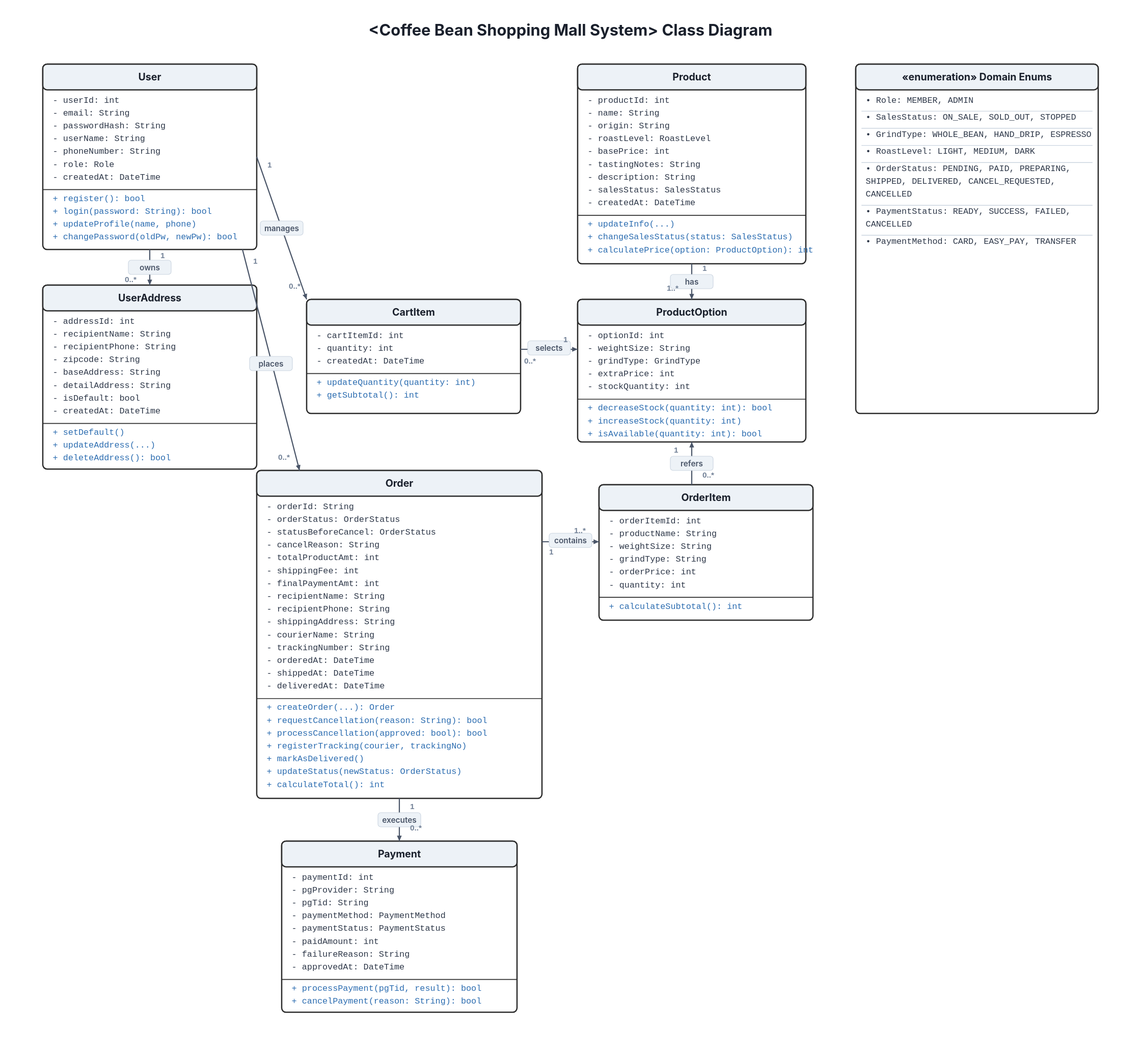
The draw.io diagram docs/backend/class-diagram.drawio.svg in seren-wib/coffee-shop, before a commit. Source tidied: cells renumbered, new cells last; positions are measured from the earlier drawing's top-left corner, leaving out a move shared by most shapes.
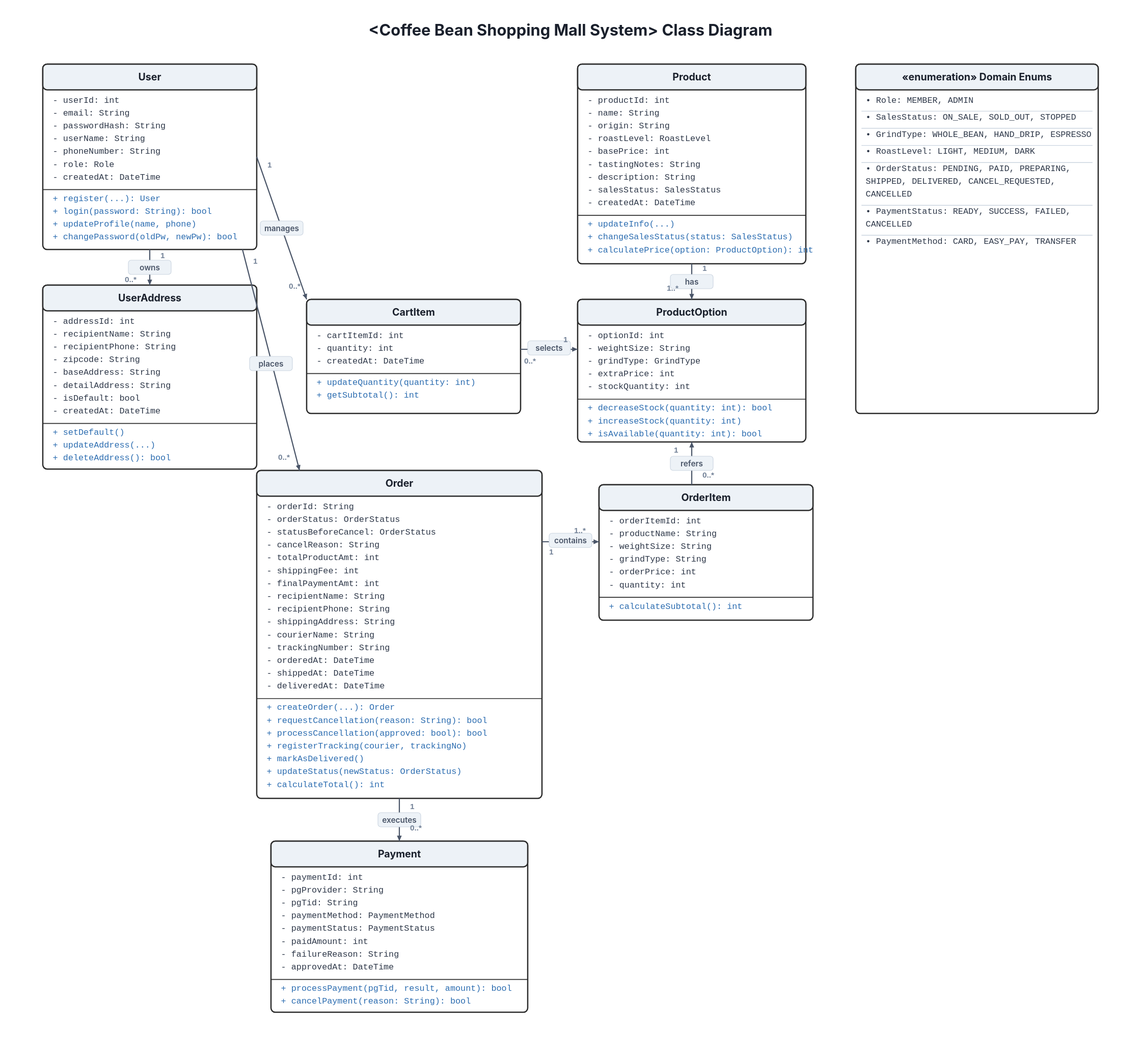
The same file after the commit.

Commit message:
docs(backend): verify actual PG amount and fix gaps

Change to the diagram source:
```diff
@@ -5,7 +5,7 @@
     <mxCell id="2" value="Coffee Bean Shopping Mall System - Class Diagram" style="text;html=1;align=center;verticalAlign=middle;fontSize=20;fontStyle=1;fontFamily=Helvetica;" parent="1" vertex="1">
       <mxGeometry width="1500" height="40" as="geometry" />
     </mxCell>
-    <mxCell id="3" value="&lt;b&gt;User&lt;/b&gt;&lt;hr/&gt;&lt;div align='left'&gt;- userId: int&lt;br/&gt;- email: String&lt;br/&gt;- passwordHash: String&lt;br/&gt;- userName: String&lt;br/&gt;- phoneNumber: String&lt;br/&gt;- role: Role&lt;br/&gt;- createdAt: DateTime&lt;/div&gt;&lt;hr/&gt;&lt;div align='left'&gt;+ register(): bool&lt;br/&gt;+ login(password: String): bool&lt;br/&gt;+ updateProfile(name, phone)&lt;br/&gt;+ changePassword(oldPw, newPw): bool&lt;/div&gt;" style="swimlane;fontStyle=0;horizontal=1;startSize=30;whiteSpace=wrap;html=1;fontSize=12;rounded=1;shadow=0;comic=0;labelBackgroundColor=none;strokeWidth=1.5;" parent="1" vertex="1">
+    <mxCell id="3" value="&lt;b&gt;User&lt;/b&gt;&lt;hr/&gt;&lt;div align='left'&gt;- userId: int&lt;br/&gt;- email: String&lt;br/&gt;- passwordHash: String&lt;br/&gt;- userName: String&lt;br/&gt;- phoneNumber: String&lt;br/&gt;- role: Role&lt;br/&gt;- createdAt: DateTime&lt;/div&gt;&lt;hr/&gt;&lt;div align='left'&gt;+ register(...): User&lt;br/&gt;+ login(password: String): bool&lt;br/&gt;+ updateProfile(name, phone)&lt;br/&gt;+ changePassword(oldPw, newPw): bool&lt;/div&gt;" style="swimlane;fontStyle=0;horizontal=1;startSize=30;whiteSpace=wrap;html=1;fontSize=12;rounded=1;shadow=0;comic=0;labelBackgroundColor=none;strokeWidth=1.5;" parent="1" vertex="1">
       <mxGeometry x="10" y="70" width="300" height="260" as="geometry" />
     </mxCell>
     <mxCell id="4" value="&lt;b&gt;UserAddress&lt;/b&gt;&lt;hr/&gt;&lt;div align='left'&gt;- addressId: int&lt;br/&gt;- recipientName: String&lt;br/&gt;- recipientPhone: String&lt;br/&gt;- zipcode: String&lt;br/&gt;- baseAddress: String&lt;br/&gt;- detailAddress: String&lt;br/&gt;- isDefault: bool&lt;br/&gt;- createdAt: DateTime&lt;/div&gt;&lt;hr/&gt;&lt;div align='left'&gt;+ setDefault()&lt;br/&gt;+ updateAddress(...)&lt;br/&gt;+ deleteAddress(): bool&lt;/div&gt;" style="swimlane;fontStyle=0;horizontal=1;startSize=30;whiteSpace=wrap;html=1;fontSize=12;rounded=1;shadow=0;comic=0;labelBackgroundColor=none;strokeWidth=1.5;" parent="1" vertex="1">
@@ -26,7 +26,7 @@
     <mxCell id="9" value="&lt;b&gt;OrderItem&lt;/b&gt;&lt;hr/&gt;&lt;div align='left'&gt;- orderItemId: int&lt;br/&gt;- productName: String&lt;br/&gt;- weightSize: String&lt;br/&gt;- grindType: String&lt;br/&gt;- orderPrice: int&lt;br/&gt;- quantity: int&lt;/div&gt;&lt;hr/&gt;&lt;div align='left'&gt;+ calculateSubtotal(): int&lt;/div&gt;" style="swimlane;fontStyle=0;horizontal=1;startSize=30;whiteSpace=wrap;html=1;fontSize=12;rounded=1;shadow=0;comic=0;labelBackgroundColor=none;strokeWidth=1.5;" parent="1" vertex="1">
       <mxGeometry x="790" y="660" width="300" height="190" as="geometry" />
     </mxCell>
-    <mxCell id="10" value="&lt;b&gt;Payment&lt;/b&gt;&lt;hr/&gt;&lt;div align='left'&gt;- paymentId: int&lt;br/&gt;- pgProvider: String&lt;br/&gt;- pgTid: String&lt;br/&gt;- paymentMethod: PaymentMethod&lt;br/&gt;- paymentStatus: PaymentStatus&lt;br/&gt;- paidAmount: int&lt;br/&gt;- failureReason: String&lt;br/&gt;- approvedAt: DateTime&lt;/div&gt;&lt;hr/&gt;&lt;div align='left'&gt;+ processPayment(pgTid, result): bool&lt;br/&gt;+ cancelPayment(reason: String): bool&lt;/div&gt;" style="swimlane;fontStyle=0;horizontal=1;startSize=30;whiteSpace=wrap;html=1;fontSize=12;rounded=1;shadow=0;comic=0;labelBackgroundColor=none;strokeWidth=1.5;" parent="1" vertex="1">
+    <mxCell id="10" value="&lt;b&gt;Payment&lt;/b&gt;&lt;hr/&gt;&lt;div align='left'&gt;- paymentId: int&lt;br/&gt;- pgProvider: String&lt;br/&gt;- pgTid: String&lt;br/&gt;- paymentMethod: PaymentMethod&lt;br/&gt;- paymentStatus: PaymentStatus&lt;br/&gt;- paidAmount: int&lt;br/&gt;- failureReason: String&lt;br/&gt;- approvedAt: DateTime&lt;/div&gt;&lt;hr/&gt;&lt;div align='left'&gt;+ processPayment(pgTid, result, amount): bool&lt;br/&gt;+ cancelPayment(reason: String): bool&lt;/div&gt;" style="swimlane;fontStyle=0;horizontal=1;startSize=30;whiteSpace=wrap;html=1;fontSize=12;rounded=1;shadow=0;comic=0;labelBackgroundColor=none;strokeWidth=1.5;" parent="1" vertex="1">
       <mxGeometry x="345" y="1160" width="330" height="240" as="geometry" />
     </mxCell>
     <mxCell id="11" value="&lt;b&gt;«enumeration» Domain Enums&lt;/b&gt;&lt;hr/&gt;&lt;div align='left'&gt;• Role: MEMBER, ADMIN&lt;br/&gt;---------------------------------------&lt;br/&gt;• SalesStatus: ON_SALE, SOLD_OUT, STOPPED&lt;br/&gt;---------------------------------------&lt;br/&gt;• GrindType: WHOLE_BEAN, HAND_DRIP, ESPRESSO&lt;br/&gt;---------------------------------------&lt;br/&gt;• RoastLevel: LIGHT, MEDIUM, DARK&lt;br/&gt;---------------------------------------&lt;br/&gt;• OrderStatus: PENDING, PAID, PREPARING,&lt;br/&gt;  SHIPPED, DELIVERED, CANCEL_REQUESTED,&lt;br/&gt;  CANCELLED&lt;br/&gt;---------------------------------------&lt;br/&gt;• PaymentStatus: READY, SUCCESS, FAILED,&lt;br/&gt;  CANCELLED&lt;br/&gt;---------------------------------------&lt;br/&gt;• PaymentMethod: CARD, EASY_PAY, TRANSFER&lt;/div&gt;" style="swimlane;fontStyle=0;horizontal=1;startSize=30;whiteSpace=wrap;html=1;fontSize=12;rounded=1;shadow=0;comic=0;labelBackgroundColor=none;strokeWidth=1.5;" parent="1" vertex="1">
```
